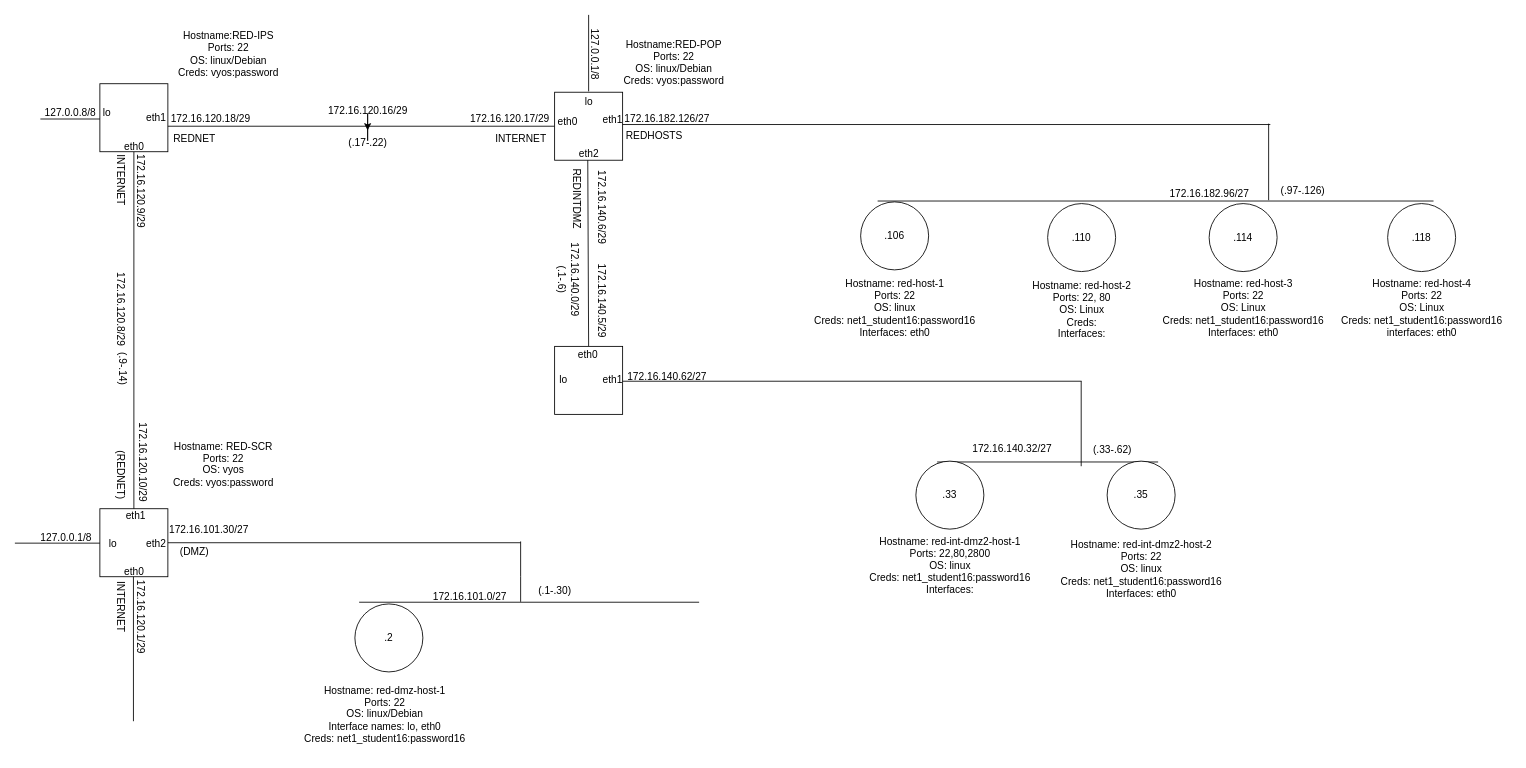
Before: Untitled Diagram.drawio in Flyingtomat0/Net-Maps, a draw.io diagram. Source tidied: cells renumbered, new cells numbered last; positions are measured from the earlier drawing's top-left corner, leaving out a move shared by most shapes. Both pictures are drawn from the tidied source at 85%, with x=0, y=0 at pixel (14, 14).
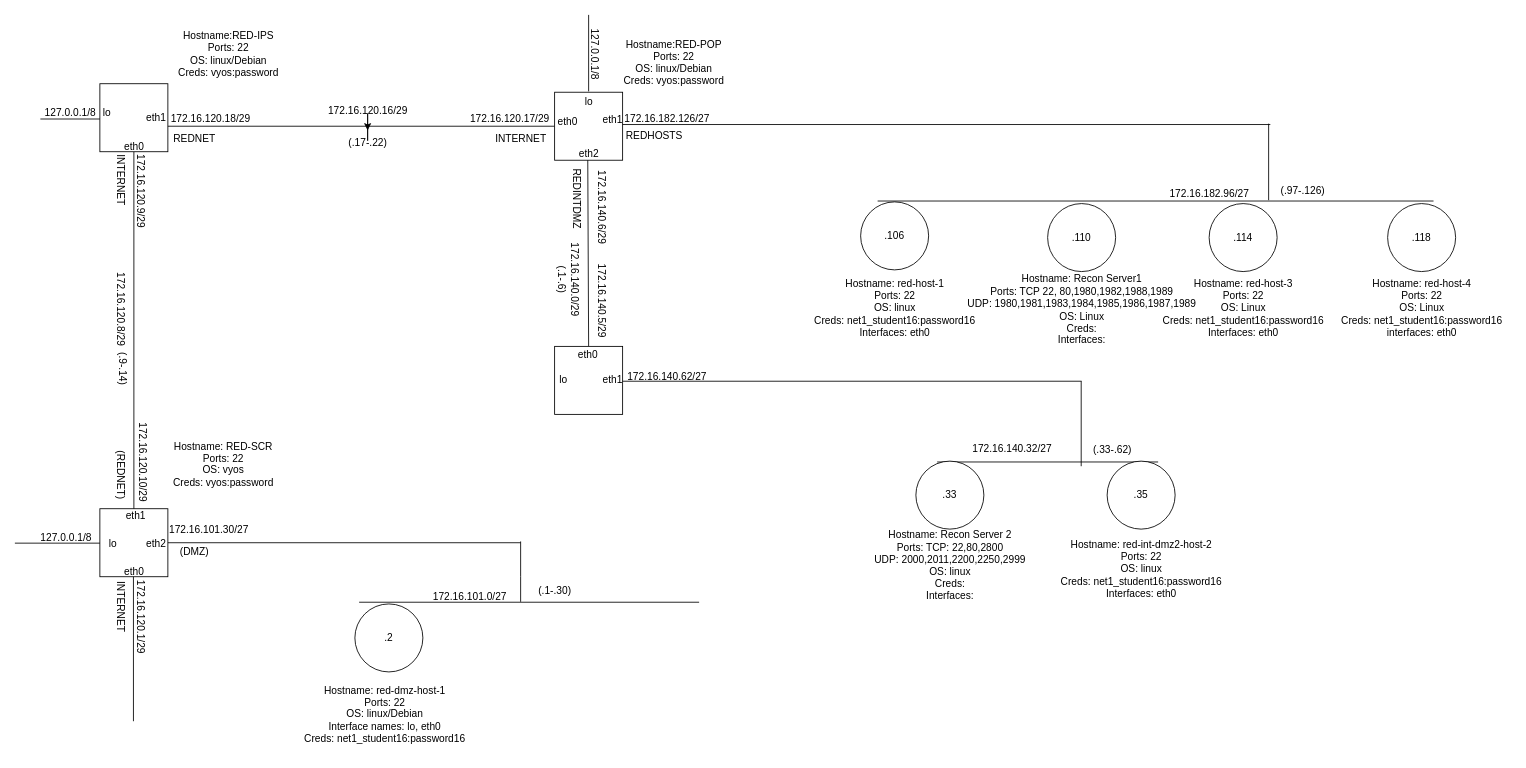
The same diagram, later.

What changed in the source:
```diff
@@
-    <mxCell id="38" value="127.0.0.8/8" style="text;html=1;align=center;verticalAlign=middle;strokeColor=none;fillColor=none;" parent="1" vertex="1">
+    <mxCell id="38" value="127.0.0.1/8" style="text;html=1;align=center;verticalAlign=middle;strokeColor=none;fillColor=none;" parent="1" vertex="1">
       <mxGeometry x="25" y="101" width="80" height="30" as="geometry" />
     </mxCell>
@@
-    <mxCell id="67" value="&lt;div&gt;Hostname: red-host-2&lt;/div&gt;&lt;div&gt;Ports: 22, 80&lt;br&gt;&lt;/div&gt;&lt;div&gt;OS: Linux&lt;br&gt;&lt;/div&gt;&lt;div&gt;Creds:&lt;br&gt;&lt;/div&gt;&lt;div&gt;Interfaces: &lt;br&gt;&lt;/div&gt;" style="text;html=1;align=center;verticalAlign=middle;strokeColor=none;fillColor=none;rotation=0;" parent="1" vertex="1">
-      <mxGeometry x="1185" y="302" width="140" height="90" as="geometry" />
+    <mxCell id="67" value="&lt;div&gt;Hostname: Recon Server1&lt;br&gt;&lt;/div&gt;&lt;div&gt;Ports: TCP 22, 80,1980,1982,1988,1989&lt;/div&gt;&lt;div&gt;UDP: 1980,1981,1983,1984,1985,1986,1987,1989&lt;br&gt;&lt;/div&gt;&lt;div&gt;OS: Linux&lt;br&gt;&lt;/div&gt;&lt;div&gt;Creds:&lt;br&gt;&lt;/div&gt;&lt;div&gt;Interfaces: &lt;br&gt;&lt;/div&gt;" style="text;html=1;align=center;verticalAlign=middle;strokeColor=none;fillColor=none;rotation=0;" parent="1" vertex="1">
+      <mxGeometry x="1110" y="297" width="290" height="100" as="geometry" />
     </mxCell>
@@
-    <mxCell id="84" value="&lt;div&gt;Hostname: red-int-dmz2-host-1&lt;br&gt;&lt;/div&gt;&lt;div&gt;Ports: 22,80,2800&lt;br&gt;&lt;/div&gt;&lt;div&gt;OS: linux&lt;br&gt;&lt;/div&gt;&lt;div&gt;Creds: net1_student16:password16&lt;/div&gt;&lt;div&gt;Interfaces:&lt;br&gt;&lt;/div&gt;" style="text;html=1;align=center;verticalAlign=middle;strokeColor=none;fillColor=none;rotation=0;" parent="1" vertex="1">
-      <mxGeometry x="995" y="603" width="210" height="90" as="geometry" />
+    <mxCell id="84" value="&lt;div&gt;Hostname: Recon Server 2&lt;br&gt;&lt;/div&gt;&lt;div&gt;Ports: TCP: 22,80,2800&lt;/div&gt;&lt;div&gt;UDP: 2000,2011,2200,2250,2999&lt;br&gt;&lt;/div&gt;&lt;div&gt;OS: linux&lt;br&gt;&lt;/div&gt;&lt;div&gt;Creds:&lt;br&gt;&lt;/div&gt;&lt;div&gt;Interfaces:&lt;br&gt;&lt;/div&gt;" style="text;html=1;align=center;verticalAlign=middle;strokeColor=none;fillColor=none;rotation=0;" parent="1" vertex="1">
+      <mxGeometry x="1000" y="598" width="200" height="100" as="geometry" />
     </mxCell>
-    <mxCell id="85" value="&lt;div&gt;Hostname: red-int-dmz2-host-2&lt;br&gt;&lt;/div&gt;&lt;div&gt;Ports: 22&lt;br&gt;&lt;/div&gt;&lt;div&gt;OS: linux&lt;br&gt;&lt;/div&gt;&lt;div&gt;Creds: net1_student16:password16&lt;/div&gt;&lt;div&gt;Interfaces: eth0&lt;br&gt;&lt;/div&gt;" style="text;html=1;align=center;verticalAlign=middle;strokeColor=none;fillColor=none;rotation=0;" parent="1" vertex="1">
+    <mxCell id="85" value="&lt;div&gt;Hostname: red-int-dmz2-host-2&lt;/div&gt;&lt;div&gt;Ports: 22&lt;br&gt;&lt;/div&gt;&lt;div&gt;OS: linux&lt;br&gt;&lt;/div&gt;&lt;div&gt;Creds: net1_student16:password16&lt;/div&gt;&lt;div&gt;Interfaces: eth0&lt;br&gt;&lt;/div&gt;" style="text;html=1;align=center;verticalAlign=middle;strokeColor=none;fillColor=none;rotation=0;" parent="1" vertex="1">
       <mxGeometry x="1220" y="607" width="210" height="90" as="geometry" />
     </mxCell>
```
